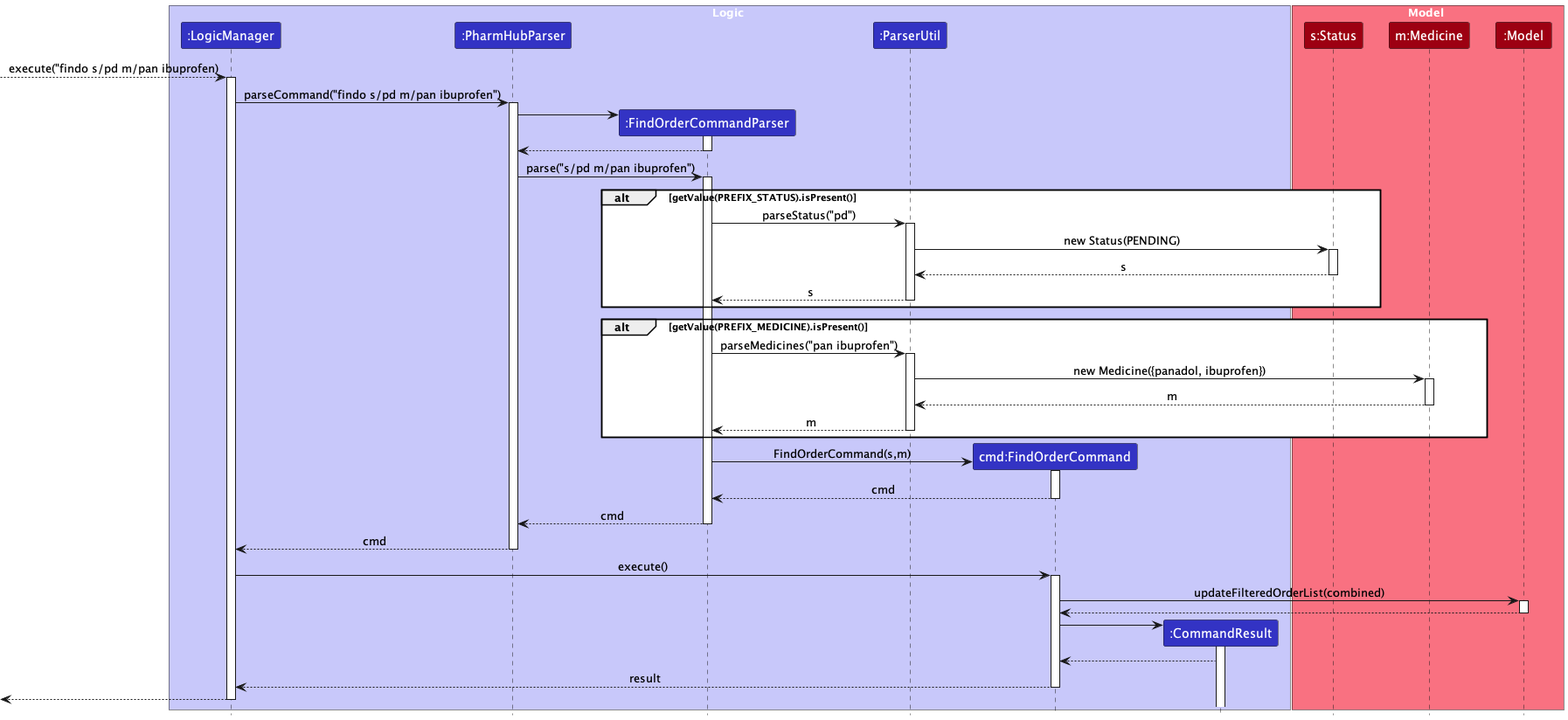
The PlantUML diagram docs/images/FindoSequenceDiagram.png in timetraveller-123/tp, before a commit. The source it was exported from:
```plantuml
@startuml
!include style.puml
skinparam ArrowFontStyle plain

box Logic LOGIC_COLOR_T1

participant ":LogicManager" as LogicManager LOGIC_COLOR
participant ":PharmHubParser" as PharmHubParser LOGIC_COLOR
participant ":FindOrderCommandParser" as FindOrderCommandParser LOGIC_COLOR
participant ":ParserUtil" as ParserUtil LOGIC_COLOR
participant "cmd:FindOrderCommand" as FindOrderCommand LOGIC_COLOR
participant "s:Status" as Status MODEL_COLOR
participant ":CommandResult" as CommandResult LOGIC_COLOR


end box

box Model MODEL_COLOR_T1
participant "s:Status" as Status MODEL_COLOR
participant "m:Medicine" as Medicine MODEL_COLOR
participant ":Model" as Model MODEL_COLOR

end box
[--> LogicManager : execute("findo s/pd m/pan ibuprofen)
activate LogicManager

LogicManager -> PharmHubParser : parseCommand("findo s/pd m/pan ibuprofen")
activate PharmHubParser

create FindOrderCommandParser
PharmHubParser -> FindOrderCommandParser
activate FindOrderCommandParser

FindOrderCommandParser --> PharmHubParser
deactivate FindOrderCommandParser

PharmHubParser -> FindOrderCommandParser : parse("s/pd m/pan ibuprofen")
activate FindOrderCommandParser

alt getValue(PREFIX_STATUS).isPresent()
FindOrderCommandParser -> ParserUtil : parseStatus("pd")
activate ParserUtil

ParserUtil -> Status : new Status(PENDING)
activate Status

Status --> ParserUtil : s
deactivate Status
ParserUtil --> FindOrderCommandParser : s
deactivate ParserUtil
end

alt getValue(PREFIX_MEDICINE).isPresent()
FindOrderCommandParser -> ParserUtil : parseMedicines("pan ibuprofen")
activate ParserUtil

ParserUtil -> Medicine : new Medicine({panadol, ibuprofen})
activate Medicine

Medicine --> ParserUtil : m
deactivate Medicine
ParserUtil --> FindOrderCommandParser : m
deactivate ParserUtil
end

create FindOrderCommand
FindOrderCommandParser -> FindOrderCommand : FindOrderCommand(s,m)

activate FindOrderCommand

FindOrderCommand --> FindOrderCommandParser : cmd
deactivate FindOrderCommand

FindOrderCommandParser --> PharmHubParser : cmd
deactivate FindOrderCommandParser
PharmHubParser --> LogicManager : cmd
deactivate PharmHubParser

LogicManager -> FindOrderCommand : execute()
activate FindOrderCommand

FindOrderCommand -> Model : updateFilteredOrderList(combined)
activate Model

Model --> FindOrderCommand
deactivate Model

create CommandResult
FindOrderCommand -> CommandResult
activate CommandResult

CommandResult --> FindOrderCommand

FindOrderCommand --> LogicManager : result
deactivate FindOrderCommand
LogicManager -->[
deactivate LogicManager
@enduml
```
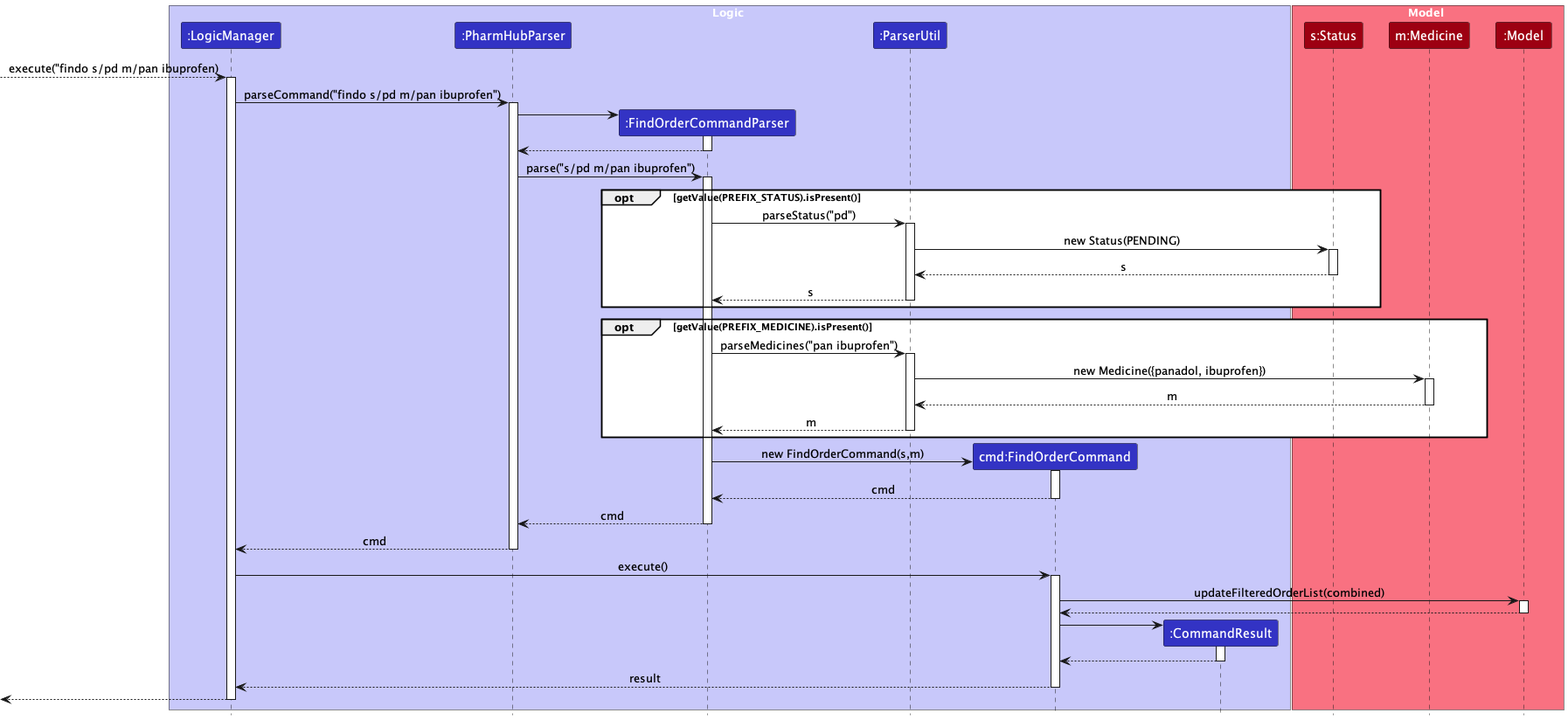
Later version of the same file.

Commit message:
Fix sequence diagram

Change to the diagram source:
```diff
@@ -37,7 +37,7 @@
 PharmHubParser -> FindOrderCommandParser : parse("s/pd m/pan ibuprofen")
 activate FindOrderCommandParser
 
-alt getValue(PREFIX_STATUS).isPresent()
+opt getValue(PREFIX_STATUS).isPresent()
 FindOrderCommandParser -> ParserUtil : parseStatus("pd")
 activate ParserUtil
 
@@ -50,7 +50,7 @@
 deactivate ParserUtil
 end
 
-alt getValue(PREFIX_MEDICINE).isPresent()
+opt getValue(PREFIX_MEDICINE).isPresent()
 FindOrderCommandParser -> ParserUtil : parseMedicines("pan ibuprofen")
 activate ParserUtil
 
@@ -64,7 +64,7 @@
 end
 
 create FindOrderCommand
-FindOrderCommandParser -> FindOrderCommand : FindOrderCommand(s,m)
+FindOrderCommandParser -> FindOrderCommand : new FindOrderCommand(s,m)
 
 activate FindOrderCommand
 
@@ -90,7 +90,7 @@
 activate CommandResult
 
 CommandResult --> FindOrderCommand
-
+deactivate CommandResult
 FindOrderCommand --> LogicManager : result
 deactivate FindOrderCommand
 LogicManager -->[
```
